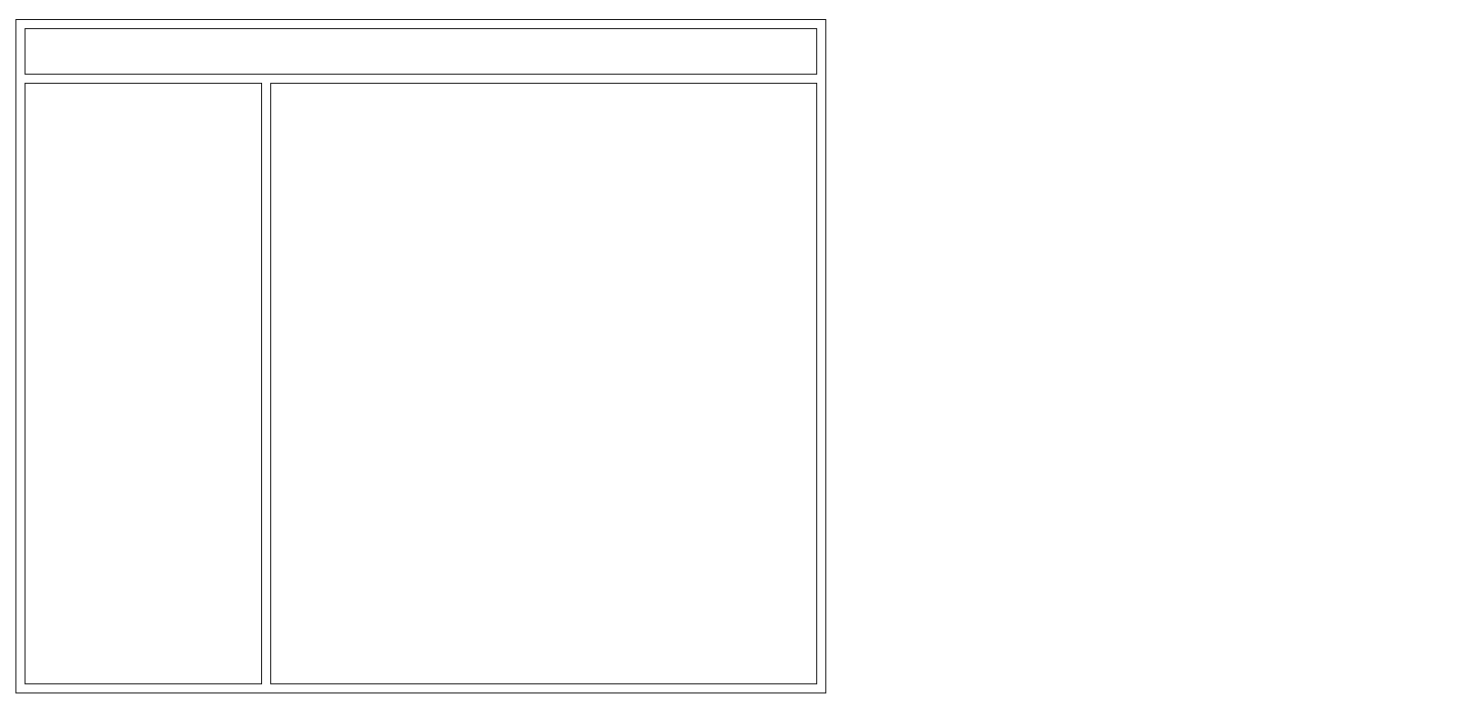
The draw.io diagram page "Boards Page" (2 of 3) of public/Untitled Diagram.drawio in eric-nichols-nyc/trellnode, before the edit. Source tidied: cells renumbered, new cells numbered last; positions are measured from the earlier drawing's top-left corner, leaving out a move shared by most shapes. Both pictures are drawn from the tidied source at 91%, with x=0, y=0 at pixel (15, 19).
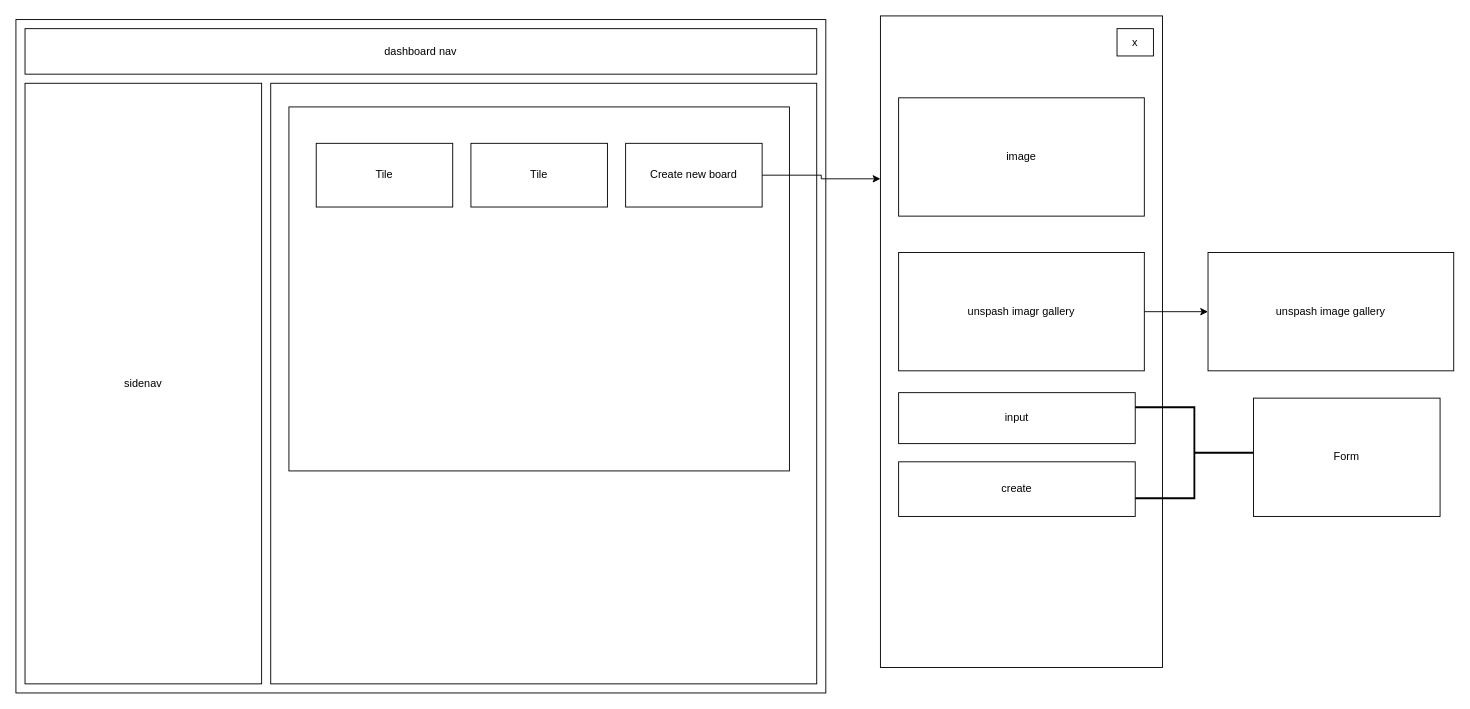
Above is the later version.

What changed in the source:
```diff
@@
-    <mxCell id="3" style="rounded=0;whiteSpace=wrap;html=1;" parent="1" vertex="1">
+    <mxCell id="3" value="dashboard nav" style="rounded=0;whiteSpace=wrap;html=1;" parent="1" vertex="1">
       <mxGeometry x="10" y="10" width="870" height="50" as="geometry" />
     </mxCell>
-    <mxCell id="4" style="rounded=0;whiteSpace=wrap;html=1;" parent="1" vertex="1">
+    <mxCell id="4" value="sidenav" style="rounded=0;whiteSpace=wrap;html=1;" parent="1" vertex="1">
       <mxGeometry x="10" y="70" width="260" height="660" as="geometry" />
     </mxCell>
@@
+    <mxCell id="6" style="rounded=0;whiteSpace=wrap;html=1;" parent="1" vertex="1">
+      <mxGeometry x="950" y="-4" width="310" height="716" as="geometry" />
+    </mxCell>
+    <mxCell id="7" value="image" style="rounded=0;whiteSpace=wrap;html=1;" parent="1" vertex="1">
+      <mxGeometry x="970" y="86" width="270" height="130" as="geometry" />
+    </mxCell>
+    <mxCell id="8" style="edgeStyle=orthogonalEdgeStyle;rounded=0;jettySize=auto;html=1;" parent="1" edge="1" source="9" target="13">
+      <mxGeometry relative="1" as="geometry" />
+    </mxCell>
+    <mxCell id="9" value="unspash imagr gallery" style="rounded=0;whiteSpace=wrap;html=1;" parent="1" vertex="1">
+      <mxGeometry x="970" y="256" width="270" height="130" as="geometry" />
+    </mxCell>
+    <mxCell id="10" value="input" style="rounded=0;whiteSpace=wrap;html=1;" parent="1" vertex="1">
+      <mxGeometry x="970" y="410" width="260" height="56" as="geometry" />
+    </mxCell>
+    <mxCell id="11" value="create" style="rounded=0;whiteSpace=wrap;html=1;" parent="1" vertex="1">
+      <mxGeometry x="970" y="486" width="260" height="60" as="geometry" />
+    </mxCell>
+    <mxCell id="12" value="x" style="rounded=0;whiteSpace=wrap;html=1;" parent="1" vertex="1">
+      <mxGeometry x="1210" y="10" width="40" height="30" as="geometry" />
+    </mxCell>
+    <mxCell id="13" value="unspash image gallery" style="rounded=0;whiteSpace=wrap;html=1;" parent="1" vertex="1">
+      <mxGeometry x="1310" y="256" width="270" height="130" as="geometry" />
+    </mxCell>
+    <mxCell id="14" style="strokeWidth=2;html=1;shape=mxgraph.flowchart.annotation_2;align=left;labelPosition=right;rotation=-180;" parent="1" vertex="1">
+      <mxGeometry x="1230" y="426" width="130" height="100" as="geometry" />
+    </mxCell>
+    <mxCell id="15" value="Form" style="rounded=0;whiteSpace=wrap;html=1;" parent="1" vertex="1">
+      <mxGeometry x="1360" y="416" width="205" height="130" as="geometry" />
+    </mxCell>
+    <mxCell id="16" style="rounded=0;whiteSpace=wrap;html=1;" parent="1" vertex="1">
+      <mxGeometry x="300" y="96" width="550" height="400" as="geometry" />
+    </mxCell>
+    <mxCell id="17" value="Tile" style="rounded=0;whiteSpace=wrap;html=1;" parent="1" vertex="1">
+      <mxGeometry x="330" y="136" width="150" height="70" as="geometry" />
+    </mxCell>
+    <mxCell id="18" value="Tile" style="rounded=0;whiteSpace=wrap;html=1;" parent="1" vertex="1">
+      <mxGeometry x="500" y="136" width="150" height="70" as="geometry" />
+    </mxCell>
+    <mxCell id="19" style="edgeStyle=orthogonalEdgeStyle;rounded=0;jettySize=auto;html=1;entryX=0;entryY=0.25;entryDx=0;entryDy=0;" parent="1" edge="1" source="20" target="6">
+      <mxGeometry relative="1" as="geometry" />
+    </mxCell>
+    <mxCell id="20" value="Create new board" style="rounded=0;whiteSpace=wrap;html=1;" parent="1" vertex="1">
+      <mxGeometry x="670" y="136" width="150" height="70" as="geometry" />
+    </mxCell>
```
